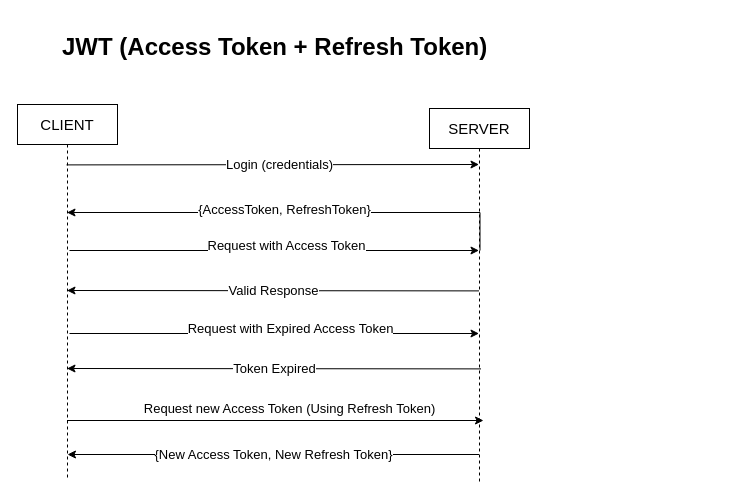
Before: auth.drawio in rajeshpillai/drawio-diagrams, a draw.io diagram. Source tidied: cells renumbered, new cells numbered last; positions are measured from the earlier drawing's top-left corner, leaving out a move shared by most shapes. Both pictures are drawn from the tidied source at 100%, with x=0, y=0 at pixel (17, 27).
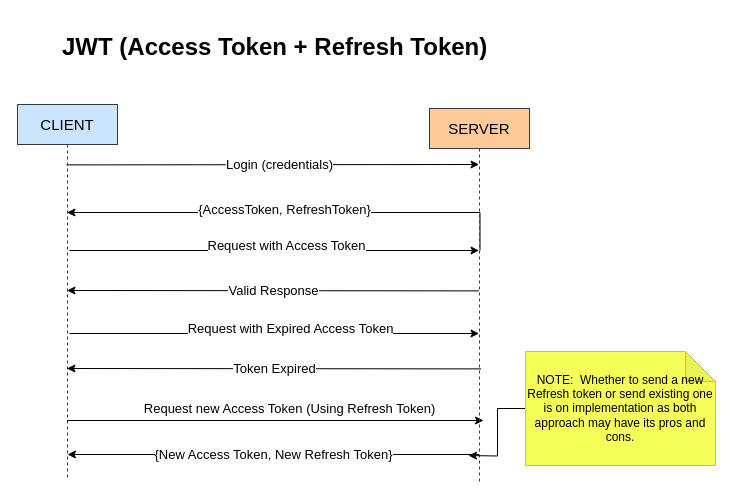
The same page after the edit.

What changed in the source:
```diff
@@
-    <mxCell id="7" value="CLIENT" style="shape=umlLifeline;perimeter=lifelinePerimeter;whiteSpace=wrap;html=1;outlineConnect=0;portConstraint=eastwest;newEdgeStyle={&quot;edgeStyle&quot;:&quot;elbowEdgeStyle&quot;,&quot;elbow&quot;:&quot;vertical&quot;,&quot;curved&quot;:0,&quot;rounded&quot;:0};fontSize=15;" parent="1" vertex="1">
+    <mxCell id="7" value="CLIENT" style="shape=umlLifeline;perimeter=lifelinePerimeter;whiteSpace=wrap;html=1;outlineConnect=0;portConstraint=eastwest;newEdgeStyle={&quot;edgeStyle&quot;:&quot;elbowEdgeStyle&quot;,&quot;elbow&quot;:&quot;vertical&quot;,&quot;curved&quot;:0,&quot;rounded&quot;:0};fontSize=15;fillColor=#cce5ff;strokeColor=#36393d;" parent="1" vertex="1">
       <mxGeometry y="77" width="100" height="373" as="geometry" />
     </mxCell>
@@
-    <mxCell id="12" value="SERVER" style="shape=umlLifeline;perimeter=lifelinePerimeter;whiteSpace=wrap;html=1;outlineConnect=0;portConstraint=eastwest;newEdgeStyle={&quot;edgeStyle&quot;:&quot;elbowEdgeStyle&quot;,&quot;elbow&quot;:&quot;vertical&quot;,&quot;curved&quot;:0,&quot;rounded&quot;:0};fontSize=15;" parent="1" vertex="1">
+    <mxCell id="12" value="SERVER" style="shape=umlLifeline;perimeter=lifelinePerimeter;whiteSpace=wrap;html=1;outlineConnect=0;portConstraint=eastwest;newEdgeStyle={&quot;edgeStyle&quot;:&quot;elbowEdgeStyle&quot;,&quot;elbow&quot;:&quot;vertical&quot;,&quot;curved&quot;:0,&quot;rounded&quot;:0};fontSize=15;fillColor=#ffcc99;strokeColor=#36393d;" parent="1" vertex="1">
       <mxGeometry x="412" y="81" width="100" height="374" as="geometry" />
     </mxCell>
+    <mxCell id="13" style="edgeStyle=orthogonalEdgeStyle;rounded=0;jettySize=auto;html=1;" parent="1" edge="1" source="14">
+      <mxGeometry relative="1" as="geometry">
+        <mxPoint x="451" y="428" as="targetPoint" />
+      </mxGeometry>
+    </mxCell>
+    <mxCell id="14" value="NOTE:&amp;nbsp; Whether to send a new Refresh token or send existing one is on implementation as both approach may have its pros and cons." style="shape=note;whiteSpace=wrap;html=1;backgroundOutline=1;darkOpacity=0.05;fillColor=#F4FF59;gradientColor=none;strokeColor=#d6b656;" parent="1" vertex="1">
+      <mxGeometry x="508" y="324" width="190" height="114" as="geometry" />
+    </mxCell>
```
